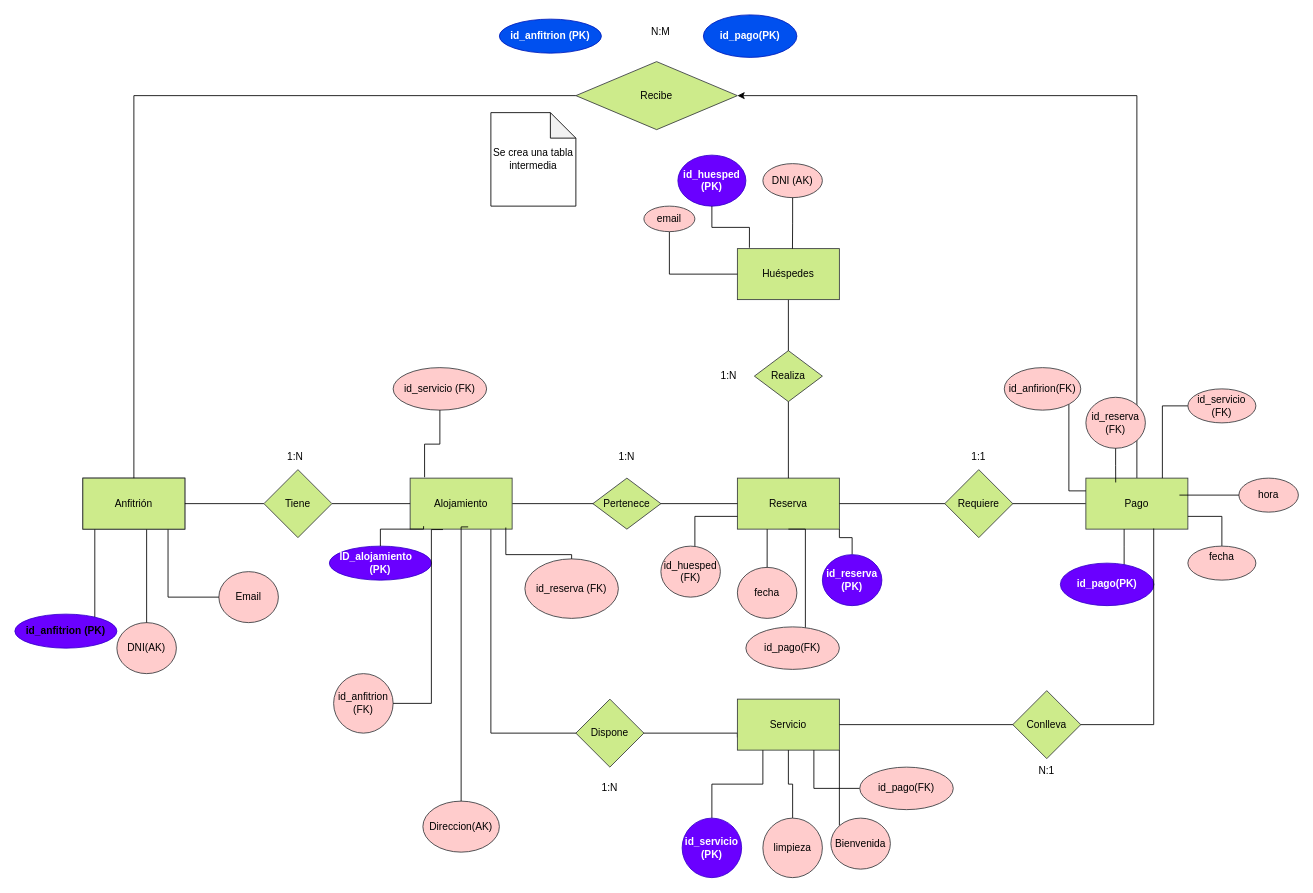
Before: BASE DE DATOS/Ejercicios/Airbnb.drawio in Diego12Avila/DAW-Prometeo, a draw.io diagram. Source tidied: cells renumbered, new cells numbered last; positions are measured from the earlier drawing's top-left corner, leaving out a move shared by most shapes. Both pictures are drawn from the tidied source at 85%, with x=0, y=0 at pixel (14, 14).
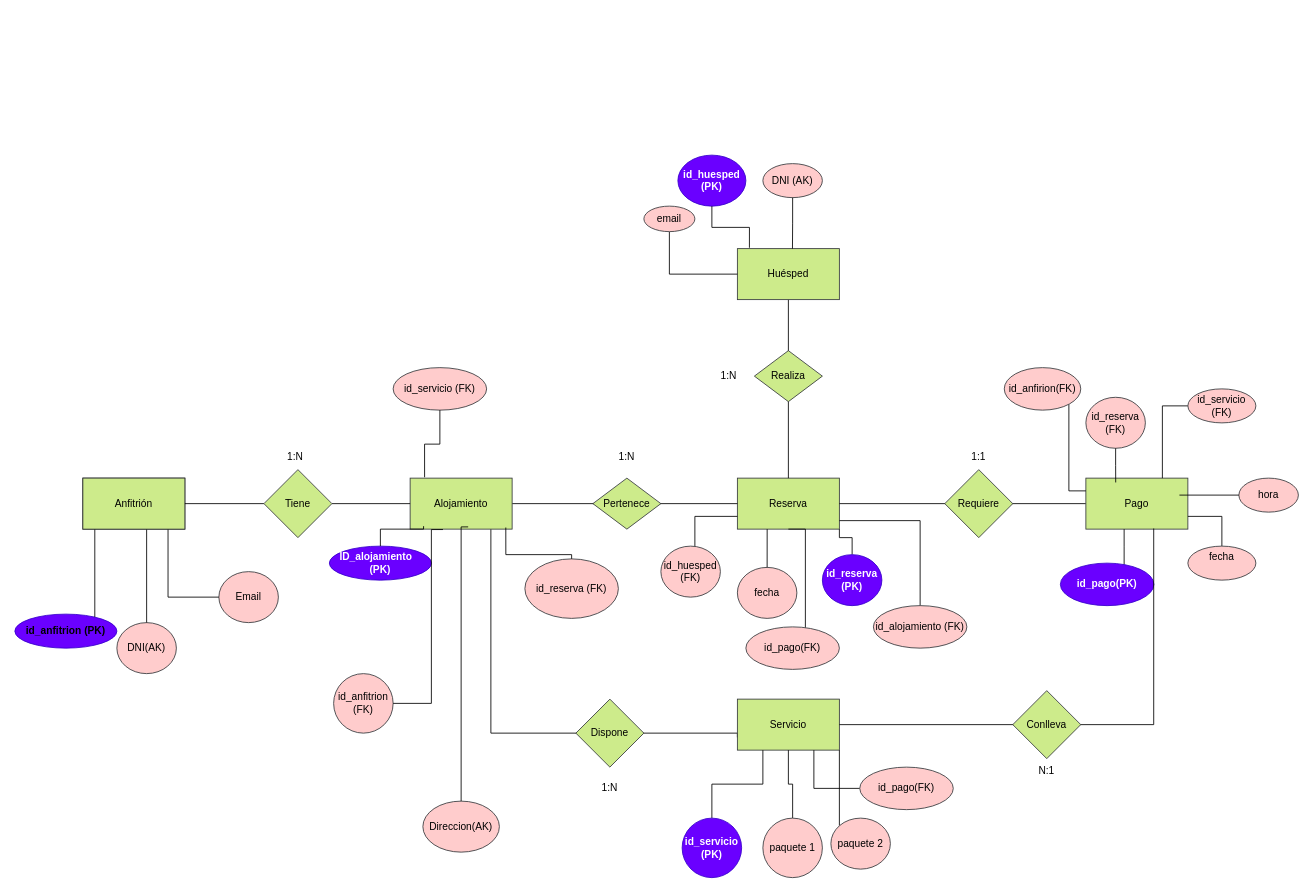
Above is the later version.

Unchanged cells that the change refers to:
```xml
<mxCell id="2" value="Reserva" style="rounded=0;whiteSpace=wrap;html=1;fillColor=#cdeb8b;strokeColor=#36393d;" parent="1" vertex="1">
  <mxGeometry x="850" y="545" width="120" height="60" as="geometry" />
</mxCell>
<mxCell id="11" value="Pago" style="rounded=0;whiteSpace=wrap;html=1;fillColor=#cdeb8b;strokeColor=#36393d;" parent="1" vertex="1">
  <mxGeometry x="1260" y="545" width="120" height="60" as="geometry" />
</mxCell>
<mxCell id="41" value="Anfitrión" style="rounded=0;whiteSpace=wrap;html=1;fillColor=#cdeb8b;strokeColor=#36393d;" parent="1" vertex="1">
  <mxGeometry x="80" y="545" width="120" height="60" as="geometry" />
</mxCell>
```

Change to the diagram source:
```diff
@@
-    <mxCell id="8" value="Huéspedes" style="rounded=0;whiteSpace=wrap;html=1;fillColor=#cdeb8b;strokeColor=#36393d;" parent="1" vertex="1">
+    <mxCell id="8" value="Huésped" style="rounded=0;whiteSpace=wrap;html=1;fillColor=#cdeb8b;strokeColor=#36393d;" parent="1" vertex="1">
       <mxGeometry x="850" y="275" width="120" height="60" as="geometry" />
     </mxCell>
@@
-    <mxCell id="10" style="edgeStyle=orthogonalEdgeStyle;rounded=0;jettySize=auto;html=1;defaultLabelBackgroundColor=page;startArrow=none;startFill=0;" parent="1" edge="1" source="11" target="78">
-      <mxGeometry relative="1" as="geometry">
-        <Array as="points">
-          <mxPoint x="1320" y="95" />
-        </Array>
-      </mxGeometry>
-    </mxCell>
@@
-    <mxCell id="57" value="limpieza" style="ellipse;whiteSpace=wrap;html=1;shapeInside=1;fillColor=#ffcccc;strokeColor=#36393d;" parent="1" vertex="1">
+    <mxCell id="57" value="paquete 1" style="ellipse;whiteSpace=wrap;html=1;shapeInside=1;fillColor=#ffcccc;strokeColor=#36393d;" parent="1" vertex="1">
       <mxGeometry x="880" y="945" width="70" height="70" as="geometry" />
     </mxCell>
@@
-    <mxCell id="61" value="Bienvenida" style="ellipse;whiteSpace=wrap;html=1;shapeInside=1;fillColor=#ffcccc;strokeColor=#36393d;" parent="1" vertex="1">
+    <mxCell id="61" value="paquete 2" style="ellipse;whiteSpace=wrap;html=1;shapeInside=1;fillColor=#ffcccc;strokeColor=#36393d;" parent="1" vertex="1">
       <mxGeometry x="960" y="945" width="70" height="60" as="geometry" />
     </mxCell>
@@
-    <mxCell id="77" style="edgeStyle=orthogonalEdgeStyle;rounded=0;jettySize=auto;html=1;entryX=0.5;entryY=0;entryDx=0;entryDy=0;defaultLabelBackgroundColor=page;endArrow=none;endFill=0;" parent="1" edge="1" source="78" target="41">
-      <mxGeometry relative="1" as="geometry" />
-    </mxCell>
-    <mxCell id="78" value="Recibe" style="rhombus;whiteSpace=wrap;html=1;shapeInside=1;fillColor=#cdeb8b;strokeColor=#36393d;" parent="1" vertex="1">
-      <mxGeometry x="660" y="55" width="190" height="80" as="geometry" />
-    </mxCell>
-    <mxCell id="79" value="N:M" style="text;html=1;whiteSpace=wrap;strokeColor=none;fillColor=none;align=center;verticalAlign=middle;rounded=0;fontColor=light-dark(#000000,#FFFFFF);" parent="1" vertex="1">
-      <mxGeometry x="730" y="5" width="60" height="30" as="geometry" />
-    </mxCell>
@@
-    <mxCell id="82" value="Se crea una tabla intermedia" style="shape=note;whiteSpace=wrap;html=1;backgroundOutline=1;darkOpacity=0.05;" parent="1" vertex="1">
-      <mxGeometry x="560" y="115" width="100" height="110" as="geometry" />
-    </mxCell>
-    <mxCell id="83" value="id_anfitrion (&lt;span style=&quot;text-decoration-line: inherit; background-color: transparent;&quot;&gt;PK)&lt;/span&gt;" style="ellipse;whiteSpace=wrap;html=1;shapeInside=1;fillColor=#0050ef;strokeColor=#001DBC;fontColor=#ffffff;fontStyle=1;" parent="1" vertex="1">
-      <mxGeometry x="570" y="5" width="120" height="40" as="geometry" />
-    </mxCell>
-    <mxCell id="84" value="id_pago(PK)" style="ellipse;whiteSpace=wrap;html=1;shapeInside=1;fillColor=#0050ef;strokeColor=#001DBC;fontColor=#ffffff;fontStyle=1;" parent="1" vertex="1">
-      <mxGeometry x="810" width="110" height="50" as="geometry" />
-    </mxCell>
+    <mxCell id="85" style="edgeStyle=orthogonalEdgeStyle;rounded=0;jettySize=auto;html=1;defaultLabelBackgroundColor=page;endArrow=none;endFill=0;" parent="1" edge="1" source="86" target="2">
+      <mxGeometry x="0.01" relative="1" as="geometry">
+        <Array as="points">
+          <mxPoint x="1065" y="595" />
+        </Array>
+      </mxGeometry>
+    </mxCell>
+    <mxCell id="86" value="&lt;span style=&quot;text-decoration-line: inherit; background-color: transparent; color: light-dark(#000000, var(--ge-light-color, #ffffff));&quot;&gt;id_alojamiento (FK)&lt;/span&gt;" style="ellipse;whiteSpace=wrap;html=1;shapeInside=1;fillColor=#ffcccc;strokeColor=#36393d;" parent="1" vertex="1">
+      <mxGeometry x="1010" y="695" width="110" height="50" as="geometry" />
+    </mxCell>
```
